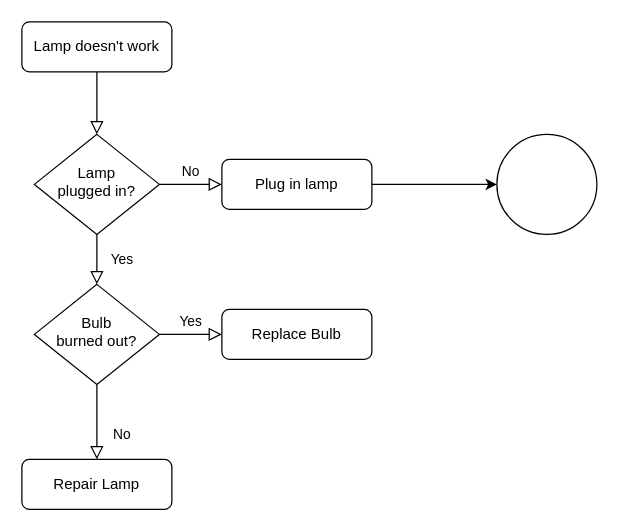
kvillacarillo/Draw-IO-Sample-Repository keeps this draw.io diagram as Sample Diagram.drawio. Above is the earlier version. Source tidied: cells renumbered, new cells numbered last; positions are measured from the earlier drawing's top-left corner, leaving out a move shared by most shapes. Both pictures are drawn from the tidied source at 125%, with x=0, y=0 at pixel (21, 21).
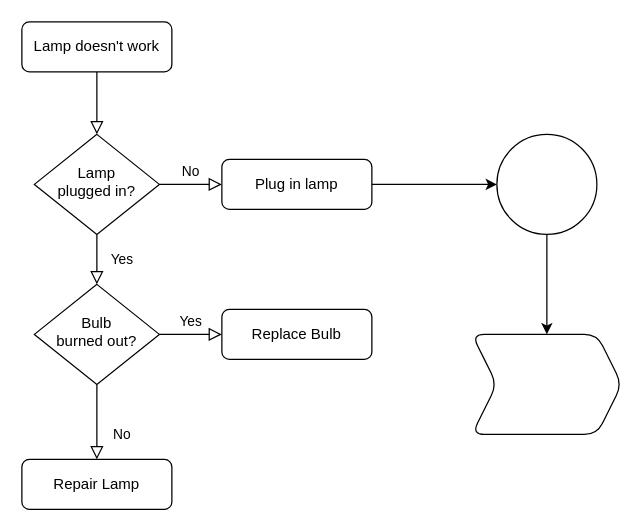
The same diagram, later.

What changed in the source:
```diff
@@
 <mxGraphModel>
   <root>
     <mxCell id="0" />
     <mxCell id="1" parent="0" />
     <mxCell id="2" style="rounded=0;html=1;jettySize=auto;fontSize=11;endArrow=block;endFill=0;endSize=8;strokeWidth=1;shadow=0;labelBackgroundColor=none;edgeStyle=orthogonalEdgeStyle;" parent="1" edge="1" source="3" target="6">
       <mxGeometry relative="1" as="geometry" />
     </mxCell>
     <mxCell id="3" value="Lamp doesn't work" style="rounded=1;whiteSpace=wrap;html=1;fontSize=12;glass=0;strokeWidth=1;shadow=0;" parent="1" vertex="1">
       <mxGeometry width="120" height="40" as="geometry" />
     </mxCell>
     <mxCell id="4" value="Yes" style="rounded=0;html=1;jettySize=auto;fontSize=11;endArrow=block;endFill=0;endSize=8;strokeWidth=1;shadow=0;labelBackgroundColor=none;edgeStyle=orthogonalEdgeStyle;" parent="1" edge="1" source="6" target="11">
       <mxGeometry y="20" relative="1" as="geometry" />
     </mxCell>
     <mxCell id="5" value="No" style="edgeStyle=orthogonalEdgeStyle;rounded=0;html=1;jettySize=auto;fontSize=11;endArrow=block;endFill=0;endSize=8;strokeWidth=1;shadow=0;labelBackgroundColor=none;" parent="1" edge="1" source="6" target="8">
       <mxGeometry y="10" relative="1" as="geometry" />
     </mxCell>
     <mxCell id="6" value="Lamp&lt;br&gt;plugged in?" style="rhombus;whiteSpace=wrap;html=1;shadow=0;fontFamily=Helvetica;fontSize=12;align=center;strokeWidth=1;spacing=6;spacingTop=-4;" parent="1" vertex="1">
       <mxGeometry x="10" y="90" width="100" height="80" as="geometry" />
     </mxCell>
     <mxCell id="7" style="edgeStyle=orthogonalEdgeStyle;rounded=0;jettySize=auto;html=1;" parent="1" edge="1" source="8" target="14">
       <mxGeometry relative="1" as="geometry" />
     </mxCell>
     <mxCell id="8" value="Plug in lamp" style="rounded=1;whiteSpace=wrap;html=1;fontSize=12;glass=0;strokeWidth=1;shadow=0;" parent="1" vertex="1">
       <mxGeometry x="160" y="110" width="120" height="40" as="geometry" />
     </mxCell>
     <mxCell id="9" value="No" style="rounded=0;html=1;jettySize=auto;fontSize=11;endArrow=block;endFill=0;endSize=8;strokeWidth=1;shadow=0;labelBackgroundColor=none;edgeStyle=orthogonalEdgeStyle;" parent="1" edge="1" source="11" target="12">
       <mxGeometry x="0.33" y="20" relative="1" as="geometry" />
     </mxCell>
     <mxCell id="10" value="Yes" style="edgeStyle=orthogonalEdgeStyle;rounded=0;html=1;jettySize=auto;fontSize=11;endArrow=block;endFill=0;endSize=8;strokeWidth=1;shadow=0;labelBackgroundColor=none;" parent="1" edge="1" source="11" target="13">
       <mxGeometry y="10" relative="1" as="geometry" />
     </mxCell>
     <mxCell id="11" value="Bulb&lt;br&gt;burned out?" style="rhombus;whiteSpace=wrap;html=1;shadow=0;fontFamily=Helvetica;fontSize=12;align=center;strokeWidth=1;spacing=6;spacingTop=-4;" parent="1" vertex="1">
       <mxGeometry x="10" y="210" width="100" height="80" as="geometry" />
     </mxCell>
     <mxCell id="12" value="Repair Lamp" style="rounded=1;whiteSpace=wrap;html=1;fontSize=12;glass=0;strokeWidth=1;shadow=0;" parent="1" vertex="1">
       <mxGeometry y="350" width="120" height="40" as="geometry" />
     </mxCell>
     <mxCell id="13" value="Replace Bulb" style="rounded=1;whiteSpace=wrap;html=1;fontSize=12;glass=0;strokeWidth=1;shadow=0;" parent="1" vertex="1">
       <mxGeometry x="160" y="230" width="120" height="40" as="geometry" />
     </mxCell>
+    <mxCell id="15" style="edgeStyle=orthogonalEdgeStyle;rounded=0;jettySize=auto;html=1;" parent="1" edge="1" source="14" target="16">
+      <mxGeometry relative="1" as="geometry" />
+    </mxCell>
     <mxCell id="14" style="ellipse;whiteSpace=wrap;html=1;rounded=1;glass=0;strokeWidth=1;shadow=0;" parent="1" vertex="1">
       <mxGeometry x="380" y="90" width="80" height="80" as="geometry" />
     </mxCell>
+    <mxCell id="16" style="shape=step;perimeter=stepPerimeter;whiteSpace=wrap;html=1;fixedSize=1;rounded=1;glass=0;strokeWidth=1;shadow=0;" parent="1" vertex="1">
+      <mxGeometry x="360" y="250" width="120" height="80" as="geometry" />
+    </mxCell>
   </root>
 </mxGraphModel>
```
